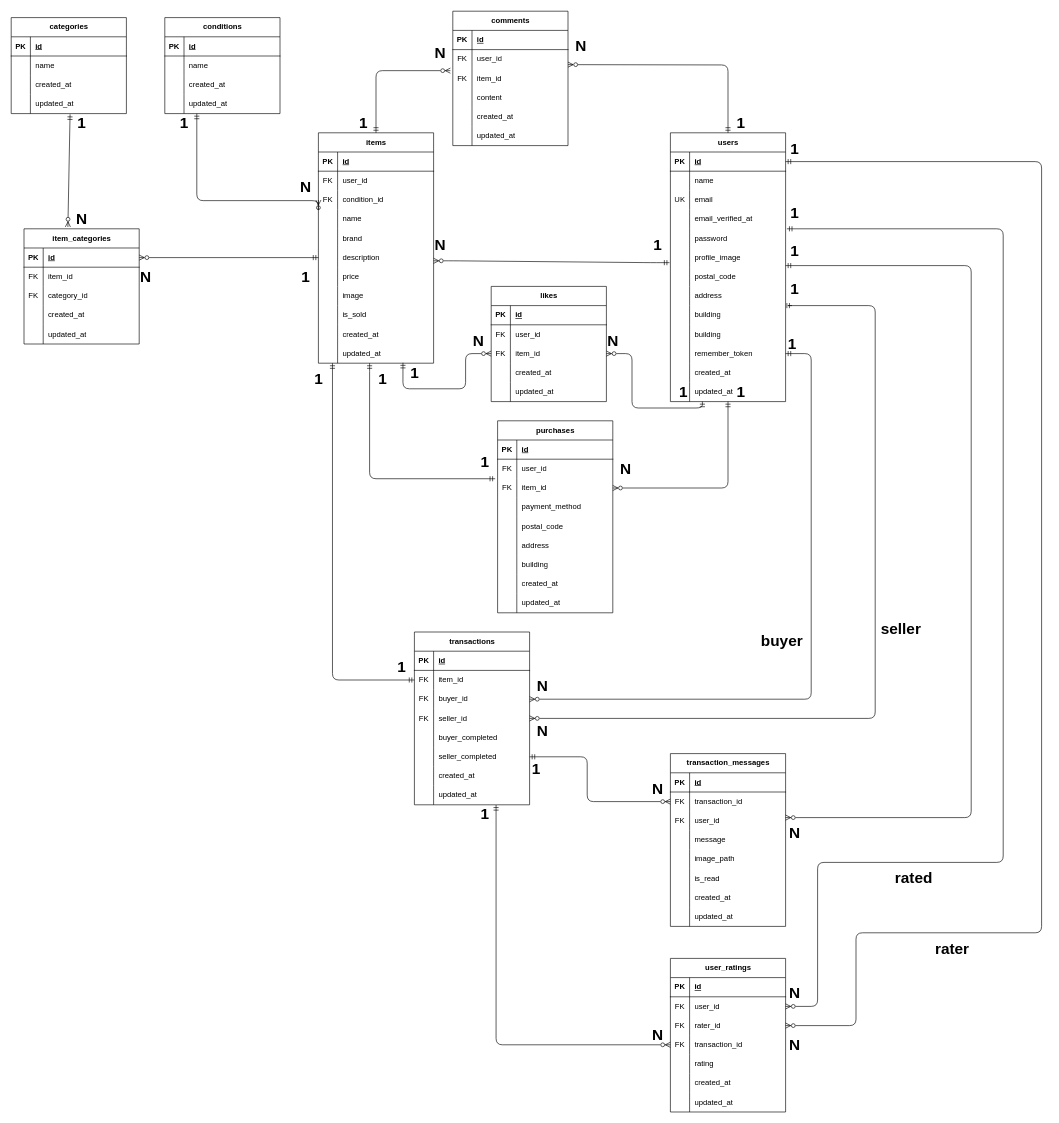
Above: docs/erd.drawio in Kumicho-naka/coachtech-flea-market (draw.io), before the change. Source tidied: cells renumbered, new cells numbered last; positions are measured from the earlier drawing's top-left corner, leaving out a move shared by most shapes. Both pictures are drawn from the tidied source at 64%, with x=0, y=0 at pixel (11, 11).
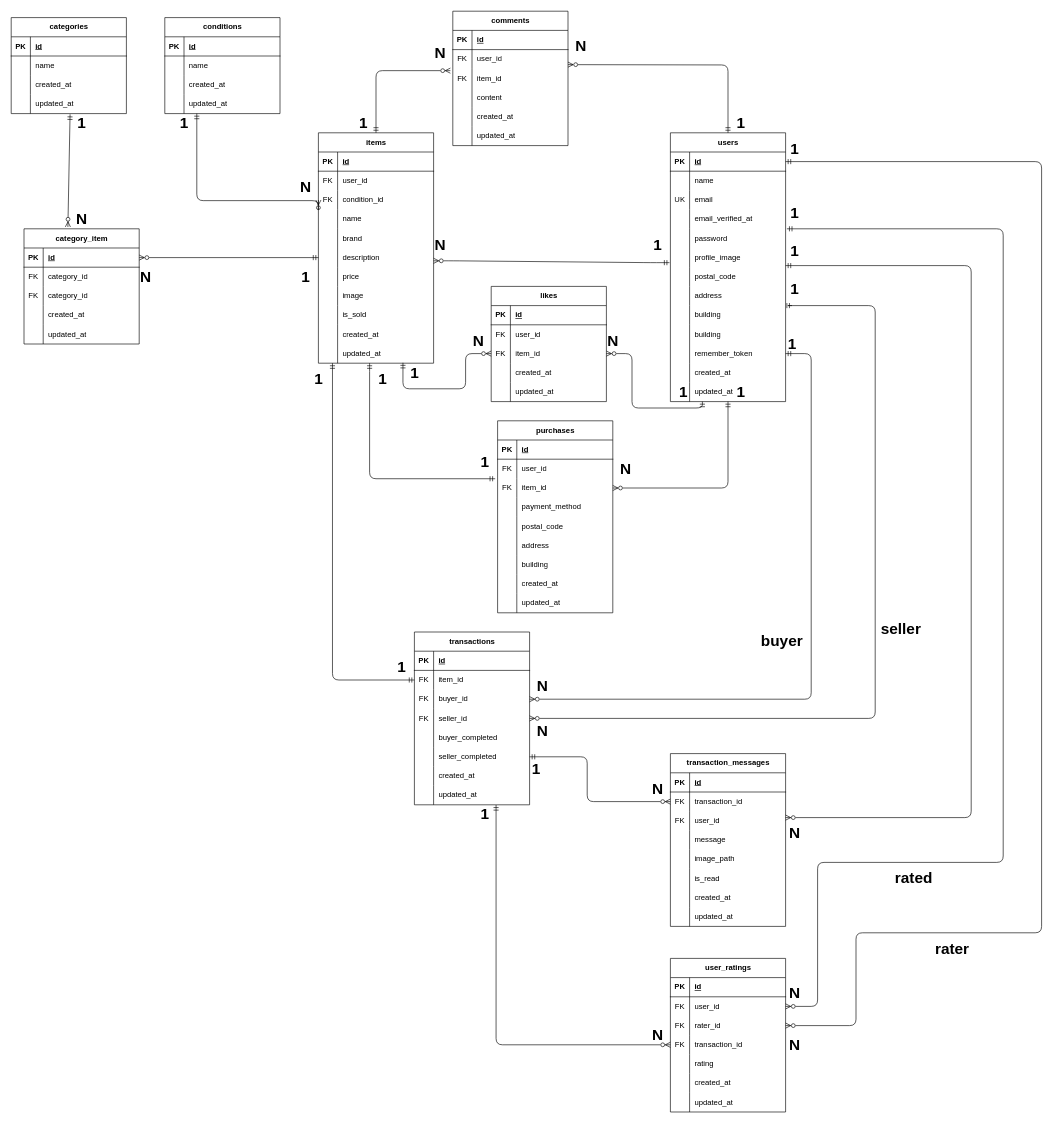
Above is the later version.

Unchanged cells that the change refers to:
```xml
<mxCell id="106" style="shape=tableRow;horizontal=0;startSize=0;swimlaneHead=0;swimlaneBody=0;fillColor=none;top=0;left=0;right=0;bottom=0;" parent="102" vertex="1">
  <mxGeometry y="60" width="180" height="30" as="geometry" />
</mxCell>
```

The edit, as a diff of the source:
```diff
@@
-    <mxCell id="102" value="item_categories" style="shape=table;startSize=30;childLayout=tableLayout;rowLines=0;fontStyle=1;align=center;html=1;" parent="1" vertex="1">
+    <mxCell id="102" value="category_item" style="shape=table;startSize=30;childLayout=tableLayout;rowLines=0;fontStyle=1;align=center;html=1;" parent="1" vertex="1">
       <mxGeometry x="20" y="340" width="180" height="180" as="geometry" />
     </mxCell>
@@
-    <mxCell id="108" value="item_id" style="shape=partialRectangle;fillColor=none;top=0;left=0;bottom=0;right=0;align=left;spacingLeft=6;overflow=hidden;whiteSpace=wrap;html=1;" parent="106" vertex="1">
+    <mxCell id="108" value="&lt;span style=&quot;color: rgb(0, 0, 0);&quot;&gt;category_id&lt;/span&gt;" style="shape=partialRectangle;fillColor=none;top=0;left=0;bottom=0;right=0;align=left;spacingLeft=6;overflow=hidden;whiteSpace=wrap;html=1;" parent="106" vertex="1">
       <mxGeometry x="30" width="150" height="30" as="geometry" />
     </mxCell>
```
